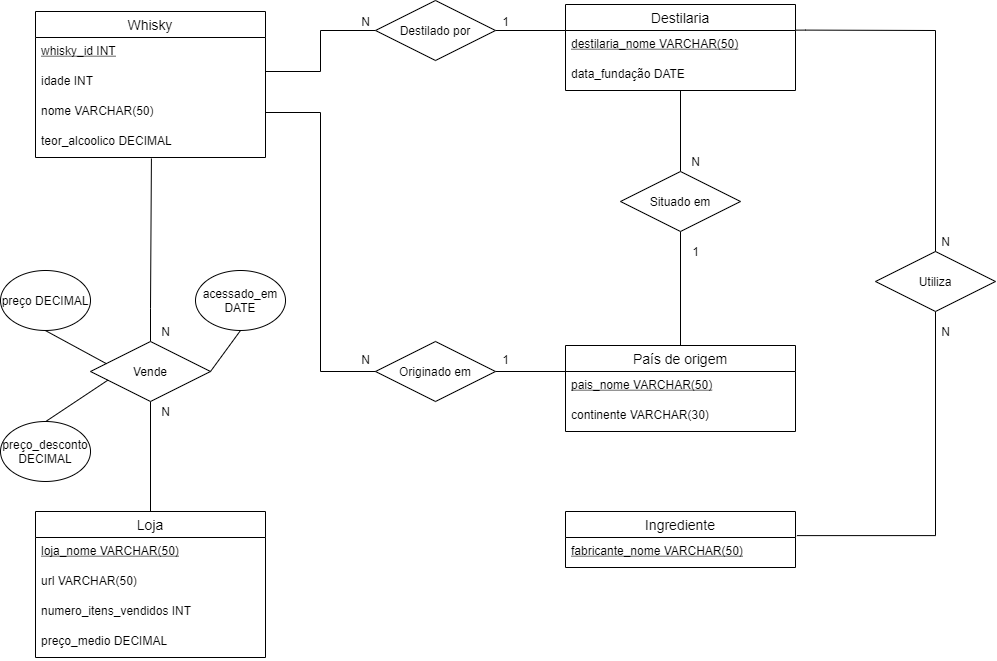
The draw.io diagram diagrama-ER.png in felipedallmann/Trabalho_Banco_de_Dados, before a commit. Source tidied: cells renumbered, new cells last; positions are measured from the earlier drawing's top-left corner, leaving out a move shared by most shapes.
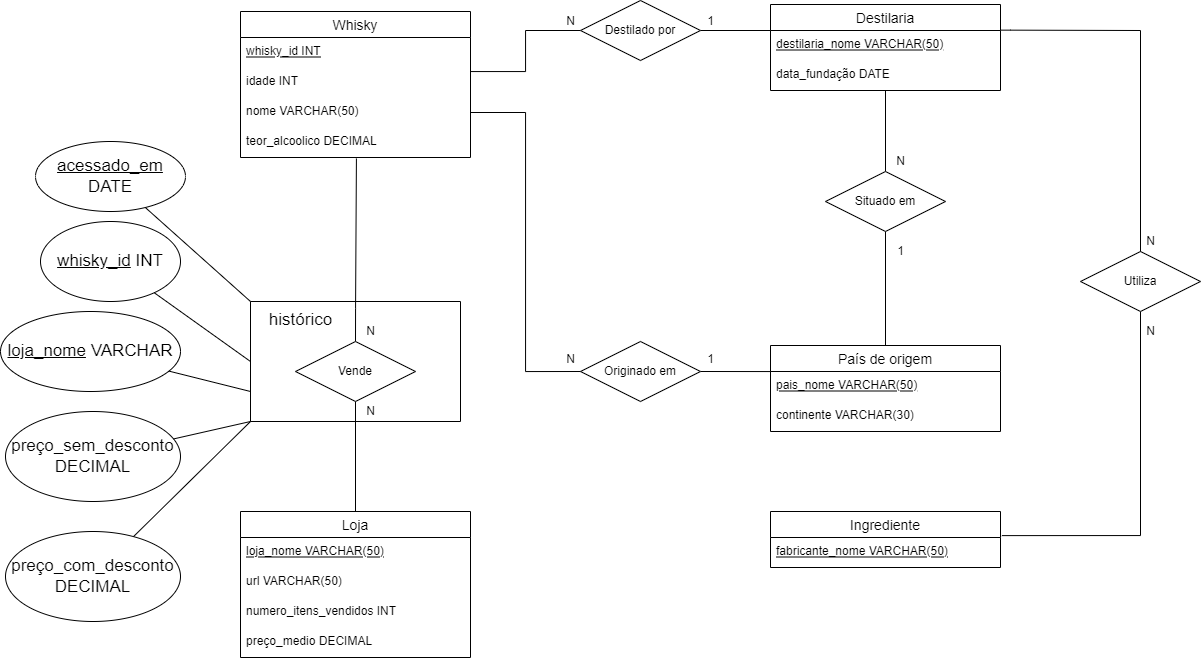
The same diagram one commit later.

Commit message:
correção diagrama ER

The edit, as a diff of the source:
```diff
@@ -160,27 +160,41 @@
     <mxCell id="44" value="N" style="text;html=1;align=center;verticalAlign=middle;strokeColor=none;fillColor=none;" parent="1" vertex="1">
       <mxGeometry x="935" y="321" width="20" height="20" as="geometry" />
     </mxCell>
-    <mxCell id="45" style="rounded=0;jettySize=auto;html=1;entryX=0.145;entryY=0.644;entryDx=0;entryDy=0;entryPerimeter=0;exitX=0.469;exitY=-0.002;exitDx=0;exitDy=0;exitPerimeter=0;endArrow=none;endFill=0;" parent="1" edge="1" target="26">
-      <mxGeometry relative="1" as="geometry">
-        <mxPoint x="45.4" y="420.9" as="sourcePoint" />
-      </mxGeometry>
-    </mxCell>
-    <mxCell id="46" style="rounded=0;jettySize=auto;html=1;entryX=0.133;entryY=0.37;entryDx=0;entryDy=0;entryPerimeter=0;exitX=0.449;exitY=1.002;exitDx=0;exitDy=0;exitPerimeter=0;endArrow=none;endFill=0;" parent="1" edge="1" target="26">
-      <mxGeometry relative="1" as="geometry">
-        <mxPoint x="44.9" y="330.1" as="sourcePoint" />
-      </mxGeometry>
-    </mxCell>
-    <mxCell id="47" value="preço_desconto DECIMAL" style="ellipse;whiteSpace=wrap;html=1;rounded=1;strokeColor=default;fillColor=none;" parent="1" vertex="1">
-      <mxGeometry y="421" width="90" height="60" as="geometry" />
-    </mxCell>
-    <mxCell id="48" value="preço DECIMAL" style="ellipse;whiteSpace=wrap;html=1;rounded=1;strokeColor=default;fillColor=none;" parent="1" vertex="1">
-      <mxGeometry y="270" width="90" height="60" as="geometry" />
-    </mxCell>
-    <mxCell id="49" style="edgeStyle=none;rounded=0;jettySize=auto;html=1;exitX=0.5;exitY=1;exitDx=0;exitDy=0;entryX=1;entryY=0.5;entryDx=0;entryDy=0;endArrow=none;endFill=0;" parent="1" edge="1" source="50" target="26">
-      <mxGeometry relative="1" as="geometry" />
-    </mxCell>
+    <mxCell id="51" style="swimlane;startSize=0;" parent="1" vertex="1">
+      <mxGeometry x="45" y="301" width="210" height="120" as="geometry" />
+    </mxCell>
+    <mxCell id="52" value="&lt;font style=&quot;font-size: 17px&quot;&gt;histórico&lt;/font&gt;" style="text;html=1;align=center;verticalAlign=middle;strokeColor=none;fillColor=none;" parent="51" vertex="1">
+      <mxGeometry x="10" y="9" width="80" height="20" as="geometry" />
+    </mxCell>
-    <mxCell id="50" value="acessado_em DATE" style="ellipse;whiteSpace=wrap;html=1;rounded=1;strokeColor=default;fillColor=none;" parent="1" vertex="1">
-      <mxGeometry x="195" y="270" width="90" height="60" as="geometry" />
+    <mxCell id="50" value="&lt;u&gt;acessado_em&lt;/u&gt; DATE" style="ellipse;whiteSpace=wrap;html=1;fontSize=17;" parent="1" vertex="1">
+      <mxGeometry x="-170" y="141" width="150" height="70" as="geometry" />
     </mxCell>
+    <mxCell id="53" style="endArrow=none;html=1;rounded=0;fontSize=17;entryX=0;entryY=0;entryDx=0;entryDy=0;" parent="1" edge="1" source="50" target="51">
+      <mxGeometry relative="1" as="geometry" />
+    </mxCell>
+    <mxCell id="54" value="&lt;u&gt;whisky_id&lt;/u&gt; INT" style="ellipse;whiteSpace=wrap;html=1;fontSize=17;" parent="1" vertex="1">
+      <mxGeometry x="-165" y="221" width="140" height="80" as="geometry" />
+    </mxCell>
+    <mxCell id="55" value="&lt;u&gt;loja_nome&lt;/u&gt;&amp;nbsp;VARCHAR" style="ellipse;whiteSpace=wrap;html=1;fontSize=17;" parent="1" vertex="1">
+      <mxGeometry x="-205" y="311" width="180" height="80" as="geometry" />
+    </mxCell>
+    <mxCell id="56" style="endArrow=none;html=1;rounded=0;fontSize=17;exitX=0;exitY=0.5;exitDx=0;exitDy=0;" parent="1" edge="1" source="51" target="54">
+      <mxGeometry relative="1" as="geometry" />
+    </mxCell>
+    <mxCell id="57" style="endArrow=none;html=1;rounded=0;fontSize=17;exitX=0;exitY=0.75;exitDx=0;exitDy=0;" parent="1" edge="1" source="51" target="55">
+      <mxGeometry relative="1" as="geometry" />
+    </mxCell>
+    <mxCell id="58" value="preço_sem_desconto&lt;br&gt;DECIMAL" style="ellipse;whiteSpace=wrap;html=1;fontSize=17;" parent="1" vertex="1">
+      <mxGeometry x="-200" y="411" width="175" height="90" as="geometry" />
+    </mxCell>
+    <mxCell id="59" value="preço_com_desconto&lt;br&gt;DECIMAL" style="ellipse;whiteSpace=wrap;html=1;fontSize=17;" parent="1" vertex="1">
+      <mxGeometry x="-200" y="531" width="175" height="90" as="geometry" />
+    </mxCell>
+    <mxCell id="60" style="endArrow=none;html=1;rounded=0;fontSize=17;entryX=0;entryY=1;entryDx=0;entryDy=0;" parent="1" edge="1" source="58" target="51">
+      <mxGeometry relative="1" as="geometry" />
+    </mxCell>
+    <mxCell id="61" style="endArrow=none;html=1;rounded=0;fontSize=17;entryX=0;entryY=1;entryDx=0;entryDy=0;" parent="1" edge="1" source="59" target="51">
+      <mxGeometry relative="1" as="geometry" />
+    </mxCell>
   </root>
 </mxGraphModel>
```
